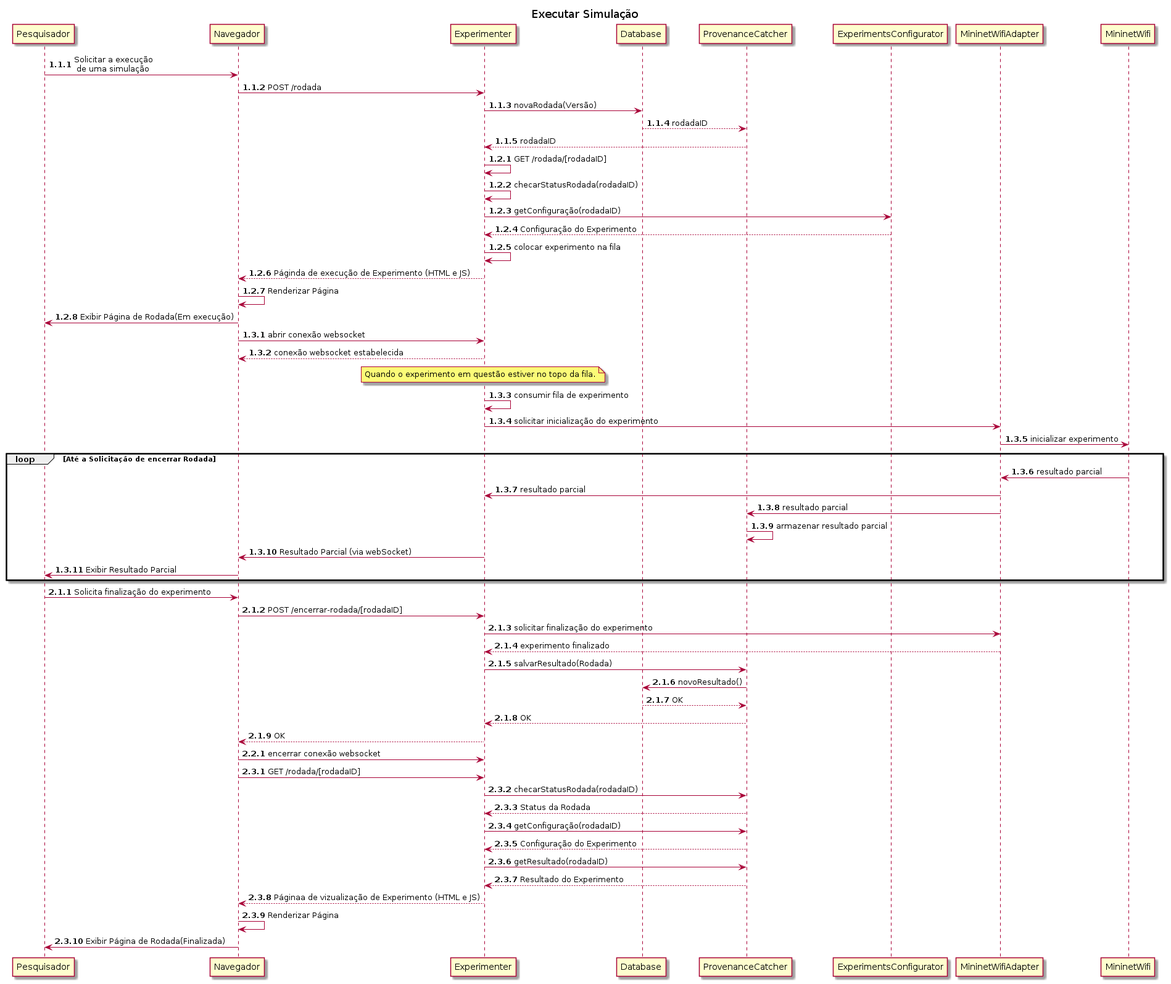
The PlantUML diagram docs/diagrams/out/sequenceDiagram/Diagrama de Sequência.png in renanrodriguesmr/MiniManager, before a commit.
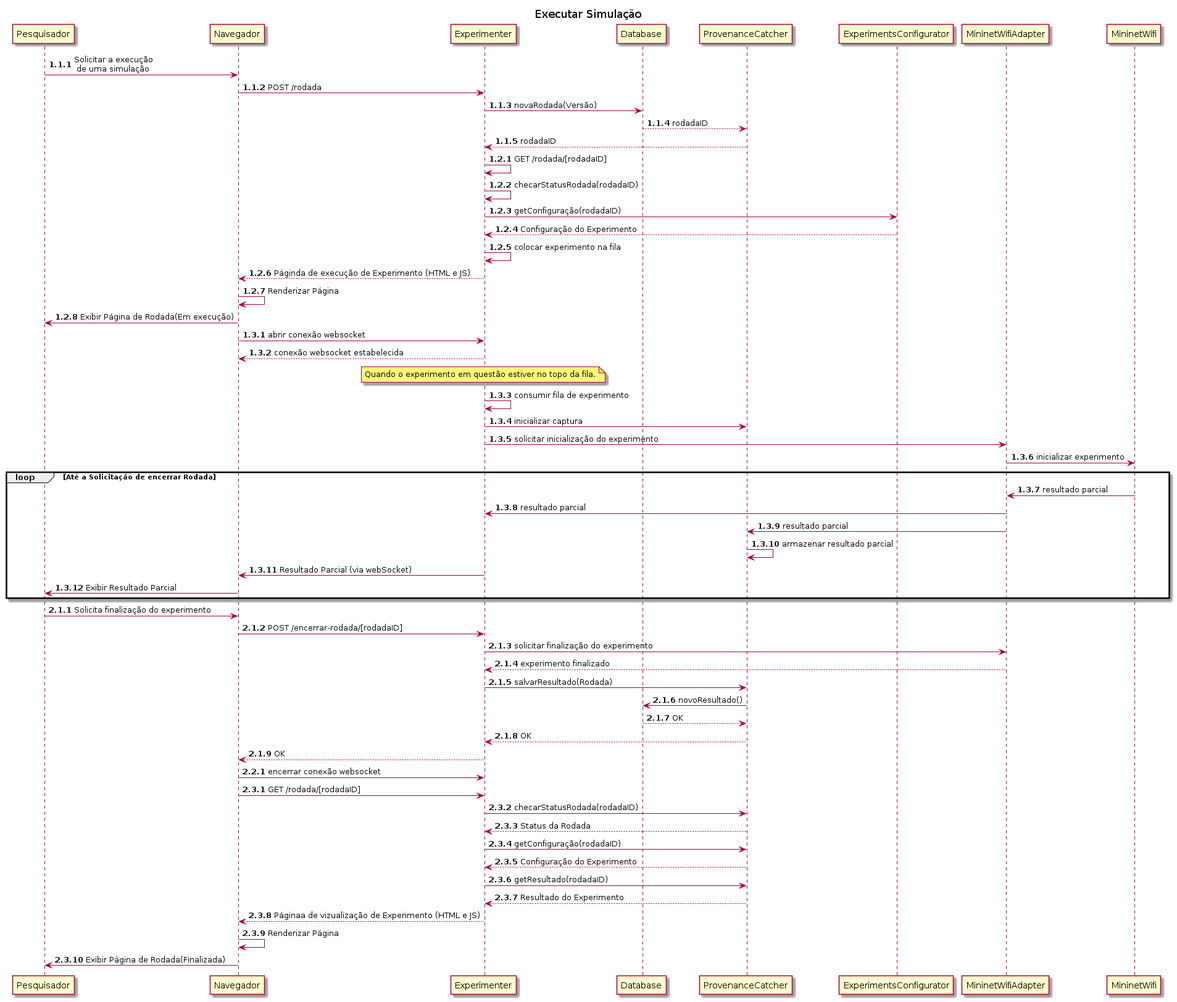
The same diagram one commit later.

The edit, as a diff of the source:
```diff
@@ -23,6 +23,7 @@
 Experimenter --> Navegador: conexão websocket estabelecida
 note over Experimenter: Quando o experimento em questão estiver no topo da fila.
 Experimenter -> Experimenter: consumir fila de experimento
+Experimenter -> ProvenanceCatcher: inicializar captura
 Experimenter -> MininetWifiAdapter: solicitar inicialização do experimento
 MininetWifiAdapter -> MininetWifi: inicializar experimento
 loop Até a Solicitação de encerrar Rodada
```
